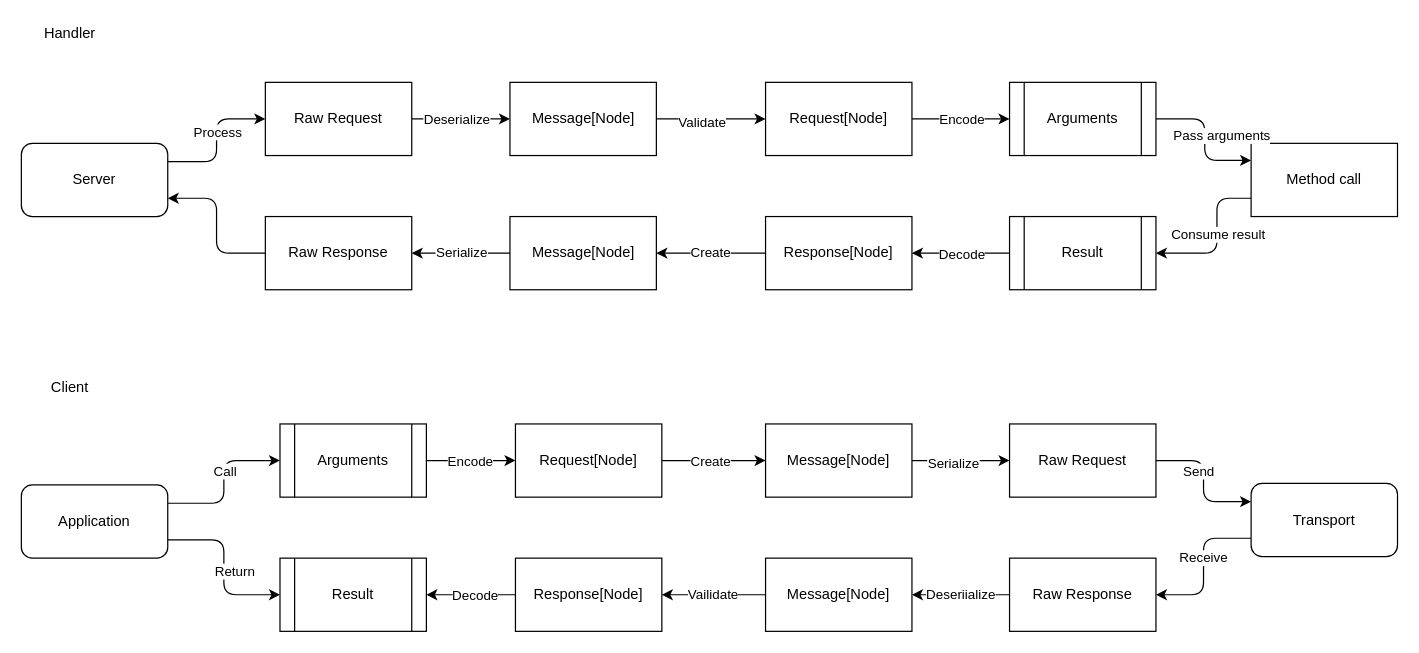
Above: docs/diagrams/dataflow.drawio in martin-ockajak/automorph (draw.io), before the change. Source tidied: cells renumbered, new cells numbered last; positions are measured from the earlier drawing's top-left corner, leaving out a move shared by most shapes. Both pictures are drawn from the tidied source at 122%, with x=0, y=0 at pixel (21, 21).
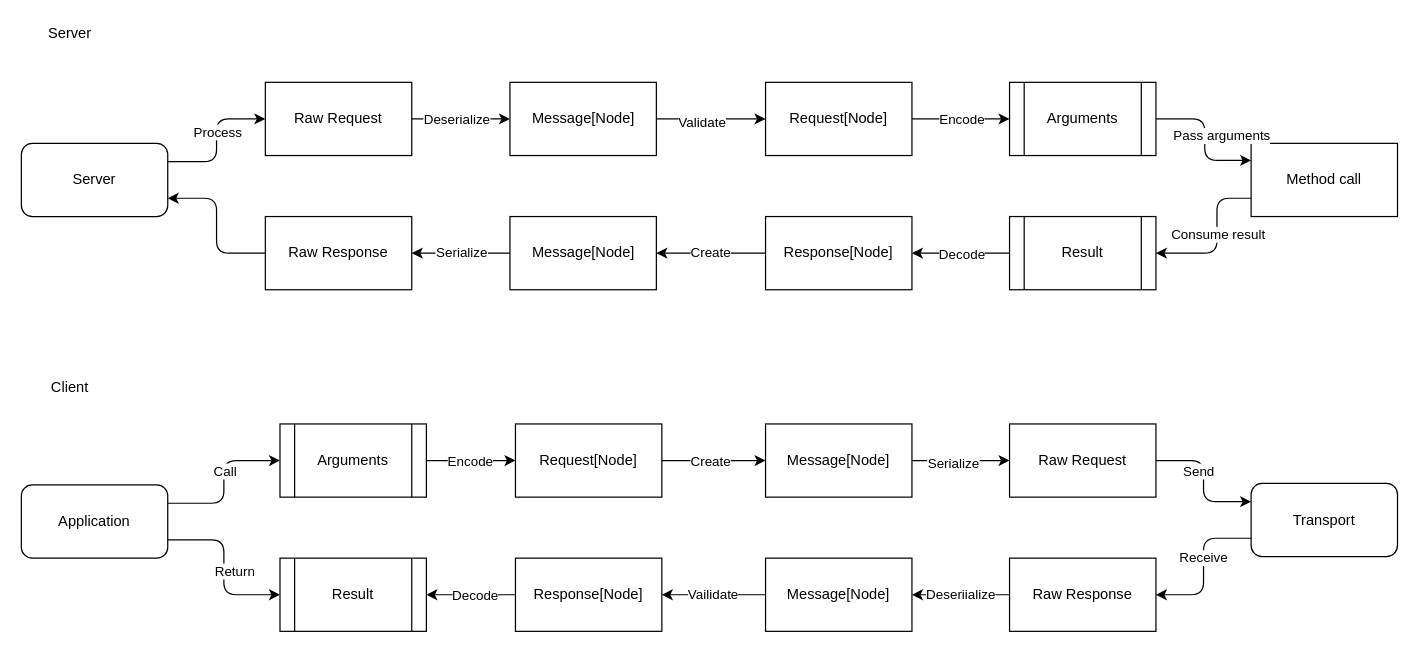
The same diagram, later.

What changed in the source:
```diff
@@
-    <mxCell id="22" value="Handler" style="text;html=1;strokeColor=none;fillColor=none;align=center;verticalAlign=middle;whiteSpace=wrap;rounded=0;" parent="1" vertex="1">
+    <mxCell id="22" value="Server" style="text;html=1;strokeColor=none;fillColor=none;align=center;verticalAlign=middle;whiteSpace=wrap;rounded=0;" parent="1" vertex="1">
       <mxGeometry x="20" width="40" height="20" as="geometry" />
     </mxCell>
```
